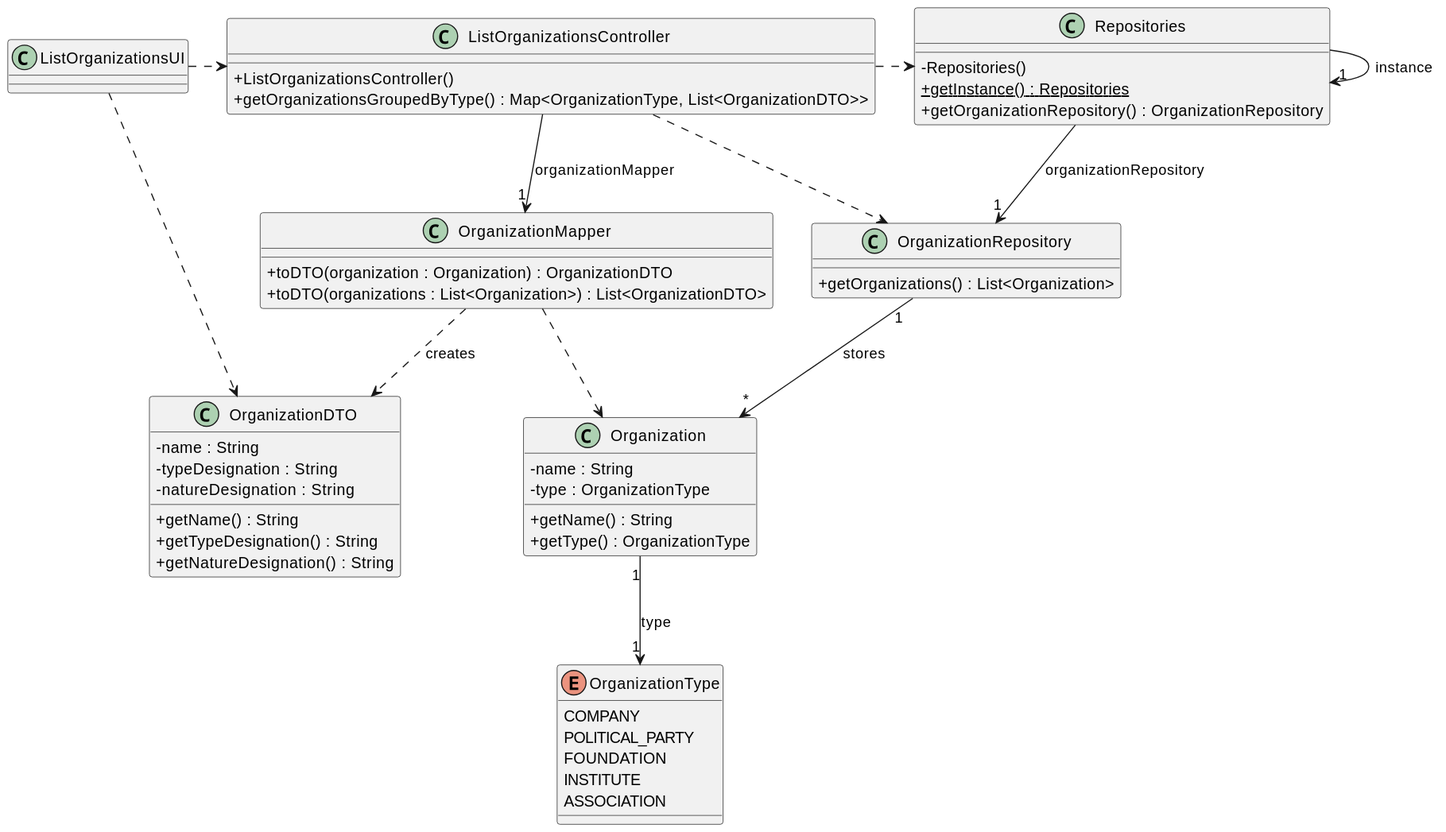
Earlier version of the PlantUML export docs/system-documentation/US03/03.design/svg/US03_CD.svg (brunodspinto/crystal-clear-platform).
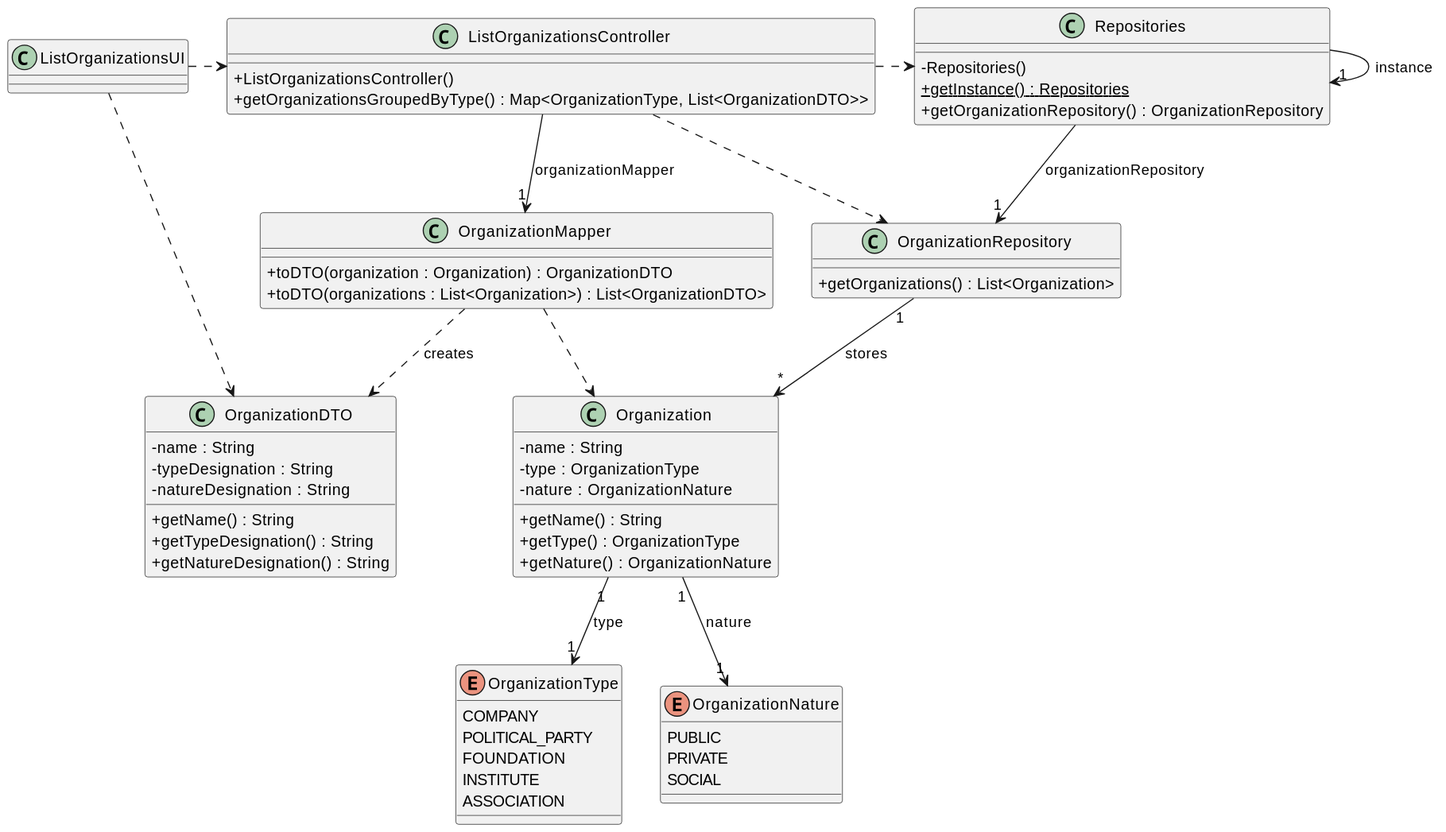
After the commit.

Diff of the diagram source:
```diff
@@ -39,8 +39,10 @@
 class Organization {
     - name : String
     - type : OrganizationType
+    - nature : OrganizationNature
     + getName() : String
     + getType() : OrganizationType
+    + getNature() : OrganizationNature
 }
 
 enum OrganizationType {
@@ -49,6 +51,12 @@
     FOUNDATION
     INSTITUTE
     ASSOCIATION
+}
+
+enum OrganizationNature {
+    PUBLIC
+    PRIVATE
+    SOCIAL
 }
 
 ListOrganizationsUI .> ListOrganizationsController
@@ -62,4 +70,5 @@
 Repositories --> "1" OrganizationRepository : organizationRepository
 OrganizationRepository "1" --> "*" Organization : stores
 Organization "1" --> "1" OrganizationType : type
+Organization "1" --> "1" OrganizationNature : nature
 @enduml
```
